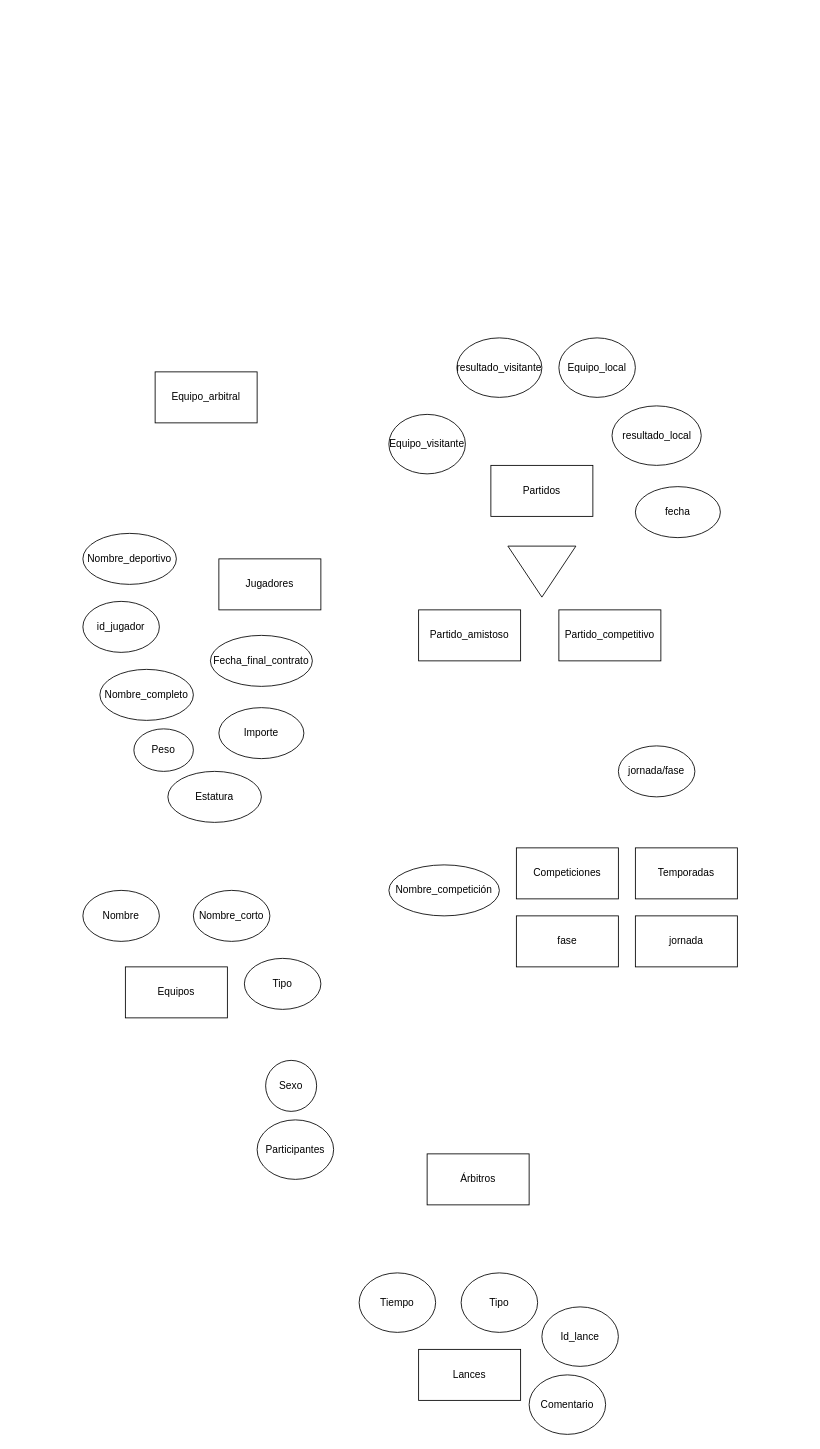
Earlier version of the draw.io diagram Diagrama sin título.drawio (aloantony/TrabajosEnGrupoGII-DalilaTony). Source tidied: cells renumbered, new cells numbered last; positions are measured from the earlier drawing's top-left corner, leaving out a move shared by most shapes. Both pictures are drawn from the tidied source at 85%, with x=0, y=0 at pixel (82, 337).
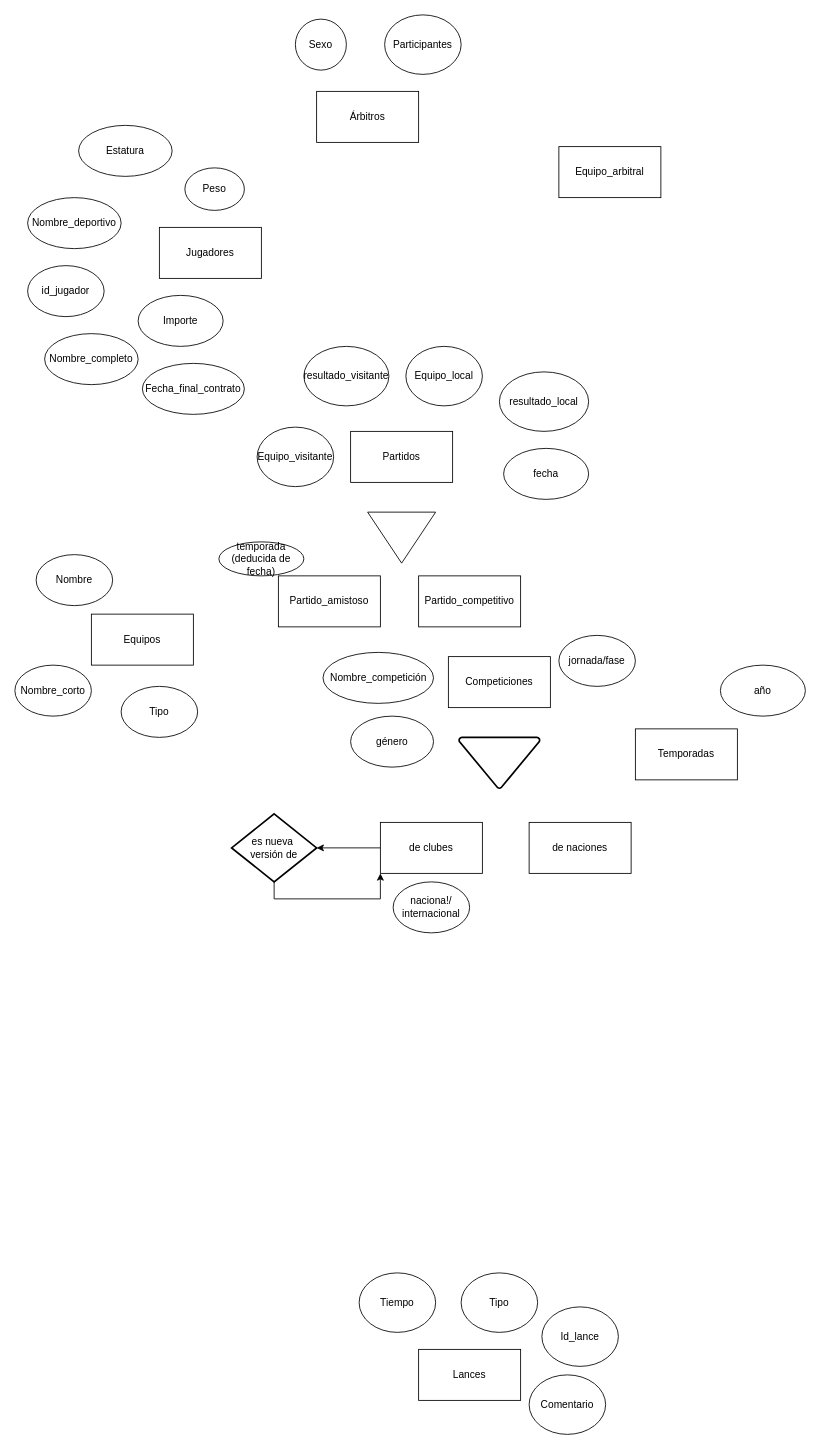
The same diagram, later.

Change to the diagram source:
```diff
@@
     <mxCell id="2" value="Partidos" style="rounded=0;whiteSpace=wrap;html=1;" parent="1" vertex="1">
-      <mxGeometry x="480" y="150" width="120" height="60" as="geometry" />
+      <mxGeometry x="315" y="110" width="120" height="60" as="geometry" />
     </mxCell>
     <mxCell id="3" value="Equipos" style="rounded=0;whiteSpace=wrap;html=1;" parent="1" vertex="1">
-      <mxGeometry x="50" y="740" width="120" height="60" as="geometry" />
+      <mxGeometry x="10" y="325" width="120" height="60" as="geometry" />
     </mxCell>
     <mxCell id="4" value="Equipo_local" style="ellipse;whiteSpace=wrap;html=1;" parent="1" vertex="1">
-      <mxGeometry x="560" width="90" height="70" as="geometry" />
+      <mxGeometry x="380" y="10" width="90" height="70" as="geometry" />
     </mxCell>
     <mxCell id="5" value="Equipo_visitante" style="ellipse;whiteSpace=wrap;html=1;" parent="1" vertex="1">
-      <mxGeometry x="360" y="90" width="90" height="70" as="geometry" />
+      <mxGeometry x="205" y="105" width="90" height="70" as="geometry" />
     </mxCell>
     <mxCell id="6" value="Nombre" style="ellipse;whiteSpace=wrap;html=1;" parent="1" vertex="1">
-      <mxGeometry y="650" width="90" height="60" as="geometry" />
+      <mxGeometry x="-55" y="255" width="90" height="60" as="geometry" />
     </mxCell>
     <mxCell id="7" value="Nombre_corto" style="ellipse;whiteSpace=wrap;html=1;" parent="1" vertex="1">
-      <mxGeometry x="130" y="650" width="90" height="60" as="geometry" />
+      <mxGeometry x="-80" y="385" width="90" height="60" as="geometry" />
     </mxCell>
     <mxCell id="8" value="Tipo" style="ellipse;whiteSpace=wrap;html=1;" parent="1" vertex="1">
-      <mxGeometry x="190" y="730" width="90" height="60" as="geometry" />
+      <mxGeometry x="45" y="410" width="90" height="60" as="geometry" />
     </mxCell>
     <mxCell id="9" value="Competiciones" style="rounded=0;whiteSpace=wrap;html=1;" parent="1" vertex="1">
-      <mxGeometry x="510" y="600" width="120" height="60" as="geometry" />
+      <mxGeometry x="430" y="375" width="120" height="60" as="geometry" />
     </mxCell>
     <mxCell id="10" value="Temporadas" style="rounded=0;whiteSpace=wrap;html=1;" parent="1" vertex="1">
-      <mxGeometry x="650" y="600" width="120" height="60" as="geometry" />
+      <mxGeometry x="650" y="460" width="120" height="60" as="geometry" />
     </mxCell>
     <mxCell id="11" value="Participantes" style="ellipse;whiteSpace=wrap;html=1;" parent="1" vertex="1">
-      <mxGeometry x="205" y="920" width="90" height="70" as="geometry" />
+      <mxGeometry x="355" y="-380" width="90" height="70" as="geometry" />
     </mxCell>
     <mxCell id="12" value="Sexo" style="ellipse;whiteSpace=wrap;html=1;" parent="1" vertex="1">
-      <mxGeometry x="215" y="850" width="60" height="60" as="geometry" />
+      <mxGeometry x="250" y="-375" width="60" height="60" as="geometry" />
     </mxCell>
     <mxCell id="13" value="Nombre_competición" style="ellipse;whiteSpace=wrap;html=1;" parent="1" vertex="1">
-      <mxGeometry x="360" y="620" width="130" height="60" as="geometry" />
+      <mxGeometry x="282.5" y="370" width="130" height="60" as="geometry" />
     </mxCell>
     <mxCell id="14" value="Árbitros" style="rounded=0;whiteSpace=wrap;html=1;" parent="1" vertex="1">
-      <mxGeometry x="405" y="960" width="120" height="60" as="geometry" />
+      <mxGeometry x="275" y="-290" width="120" height="60" as="geometry" />
     </mxCell>
     <mxCell id="15" value="Equipo_arbitral" style="rounded=0;whiteSpace=wrap;html=1;" parent="1" vertex="1">
-      <mxGeometry x="85" y="40" width="120" height="60" as="geometry" />
+      <mxGeometry x="560" y="-225" width="120" height="60" as="geometry" />
     </mxCell>
     <mxCell id="16" value="Jugadores" style="rounded=0;whiteSpace=wrap;html=1;" parent="1" vertex="1">
-      <mxGeometry x="160" y="260" width="120" height="60" as="geometry" />
+      <mxGeometry x="90" y="-130" width="120" height="60" as="geometry" />
     </mxCell>
     <mxCell id="17" value="Nombre_completo" style="ellipse;whiteSpace=wrap;html=1;" parent="1" vertex="1">
-      <mxGeometry x="20" y="390" width="110" height="60" as="geometry" />
+      <mxGeometry x="-45" y="-5" width="110" height="60" as="geometry" />
     </mxCell>
     <mxCell id="18" value="Nombre_deportivo" style="ellipse;whiteSpace=wrap;html=1;" parent="1" vertex="1">
-      <mxGeometry y="230" width="110" height="60" as="geometry" />
+      <mxGeometry x="-65" y="-165" width="110" height="60" as="geometry" />
     </mxCell>
     <mxCell id="19" value="id_jugador" style="ellipse;whiteSpace=wrap;html=1;" parent="1" vertex="1">
-      <mxGeometry y="310" width="90" height="60" as="geometry" />
+      <mxGeometry x="-65" y="-85" width="90" height="60" as="geometry" />
     </mxCell>
     <mxCell id="20" value="Peso" style="ellipse;whiteSpace=wrap;html=1;" parent="1" vertex="1">
-      <mxGeometry x="60" y="460" width="70" height="50" as="geometry" />
+      <mxGeometry x="120" y="-200" width="70" height="50" as="geometry" />
     </mxCell>
     <mxCell id="21" value="Estatura" style="ellipse;whiteSpace=wrap;html=1;" parent="1" vertex="1">
-      <mxGeometry x="100" y="510" width="110" height="60" as="geometry" />
+      <mxGeometry x="-5" y="-250" width="110" height="60" as="geometry" />
     </mxCell>
     <mxCell id="22" value="Fecha_final_contrato" style="ellipse;whiteSpace=wrap;html=1;" parent="1" vertex="1">
-      <mxGeometry x="150" y="350" width="120" height="60" as="geometry" />
+      <mxGeometry x="70" y="30" width="120" height="60" as="geometry" />
     </mxCell>
     <mxCell id="23" value="Importe" style="ellipse;whiteSpace=wrap;html=1;" parent="1" vertex="1">
-      <mxGeometry x="160" y="435" width="100" height="60" as="geometry" />
+      <mxGeometry x="65" y="-50" width="100" height="60" as="geometry" />
     </mxCell>
@@
     <mxCell id="29" value="fecha" style="ellipse;whiteSpace=wrap;html=1;" parent="1" vertex="1">
-      <mxGeometry x="650" y="175" width="100" height="60" as="geometry" />
+      <mxGeometry x="495" y="130" width="100" height="60" as="geometry" />
     </mxCell>
     <mxCell id="30" value="resultado_local" style="ellipse;whiteSpace=wrap;html=1;" parent="1" vertex="1">
-      <mxGeometry x="622.5" y="80" width="105" height="70" as="geometry" />
+      <mxGeometry x="490" y="40" width="105" height="70" as="geometry" />
     </mxCell>
     <mxCell id="31" value="jornada/fase" style="ellipse;whiteSpace=wrap;html=1;" parent="1" vertex="1">
-      <mxGeometry x="630" y="480" width="90" height="60" as="geometry" />
+      <mxGeometry x="560" y="350" width="90" height="60" as="geometry" />
     </mxCell>
     <mxCell id="32" value="resultado_visitante" style="ellipse;whiteSpace=wrap;html=1;" parent="1" vertex="1">
-      <mxGeometry x="440" width="100" height="70" as="geometry" />
+      <mxGeometry x="260" y="10" width="100" height="70" as="geometry" />
     </mxCell>
-    <mxCell id="33" value="fase" style="rounded=0;whiteSpace=wrap;html=1;" parent="1" vertex="1">
-      <mxGeometry x="510" y="680" width="120" height="60" as="geometry" />
-    </mxCell>
-    <mxCell id="34" value="jornada" style="rounded=0;whiteSpace=wrap;html=1;" parent="1" vertex="1">
-      <mxGeometry x="650" y="680" width="120" height="60" as="geometry" />
-    </mxCell>
     <mxCell id="35" style="triangle;whiteSpace=wrap;html=1;rotation=90;" parent="1" vertex="1">
-      <mxGeometry x="510" y="235" width="60" height="80" as="geometry" />
+      <mxGeometry x="345" y="195" width="60" height="80" as="geometry" />
     </mxCell>
     <mxCell id="36" value="Partido_competitivo" style="rounded=0;whiteSpace=wrap;html=1;" parent="1" vertex="1">
-      <mxGeometry x="560" y="320" width="120" height="60" as="geometry" />
+      <mxGeometry x="395" y="280" width="120" height="60" as="geometry" />
     </mxCell>
     <mxCell id="37" value="Partido_amistoso" style="rounded=0;whiteSpace=wrap;html=1;" parent="1" vertex="1">
-      <mxGeometry x="395" y="320" width="120" height="60" as="geometry" />
+      <mxGeometry x="230" y="280" width="120" height="60" as="geometry" />
     </mxCell>
+    <mxCell id="38" value="año" style="ellipse;whiteSpace=wrap;html=1;" parent="1" vertex="1">
+      <mxGeometry x="750" y="385" width="100" height="60" as="geometry" />
+    </mxCell>
+    <mxCell id="39" style="strokeWidth=2;html=1;shape=mxgraph.flowchart.merge_or_storage;whiteSpace=wrap;" parent="1" vertex="1">
+      <mxGeometry x="442.5" y="470" width="95" height="60" as="geometry" />
+    </mxCell>
+    <mxCell id="40" value="género" style="ellipse;whiteSpace=wrap;html=1;" parent="1" vertex="1">
+      <mxGeometry x="315" y="445" width="97.5" height="60" as="geometry" />
+    </mxCell>
+    <mxCell id="41" value="de naciones" style="rounded=0;whiteSpace=wrap;html=1;" parent="1" vertex="1">
+      <mxGeometry x="525" y="570" width="120" height="60" as="geometry" />
+    </mxCell>
+    <mxCell id="42" value="de clubes" style="rounded=0;whiteSpace=wrap;html=1;" parent="1" vertex="1">
+      <mxGeometry x="350" y="570" width="120" height="60" as="geometry" />
+    </mxCell>
+    <mxCell id="43" value="naciona!/&lt;div&gt;internacional&lt;/div&gt;" style="ellipse;whiteSpace=wrap;html=1;" parent="1" vertex="1">
+      <mxGeometry x="365" y="640" width="90" height="60" as="geometry" />
+    </mxCell>
+    <mxCell id="44" style="edgeStyle=orthogonalEdgeStyle;rounded=0;jettySize=auto;html=1;exitX=0.5;exitY=1;exitDx=0;exitDy=0;exitPerimeter=0;entryX=0;entryY=1;entryDx=0;entryDy=0;" parent="1" edge="1" source="45" target="42">
+      <mxGeometry relative="1" as="geometry" />
+    </mxCell>
+    <mxCell id="45" value="es nueva&amp;nbsp;&lt;div&gt;versión de&lt;/div&gt;" style="strokeWidth=2;html=1;shape=mxgraph.flowchart.decision;whiteSpace=wrap;" parent="1" vertex="1">
+      <mxGeometry x="175" y="560" width="100" height="80" as="geometry" />
+    </mxCell>
+    <mxCell id="46" style="edgeStyle=orthogonalEdgeStyle;rounded=0;jettySize=auto;html=1;exitX=0;exitY=0.5;exitDx=0;exitDy=0;entryX=1;entryY=0.5;entryDx=0;entryDy=0;entryPerimeter=0;" parent="1" edge="1" source="42" target="45">
+      <mxGeometry relative="1" as="geometry" />
+    </mxCell>
+    <mxCell id="47" value="temporada&lt;div&gt;(deducida de fecha)&lt;/div&gt;" style="ellipse;whiteSpace=wrap;html=1;" parent="1" vertex="1">
+      <mxGeometry x="160" y="240" width="100" height="40" as="geometry" />
+    </mxCell>
```
